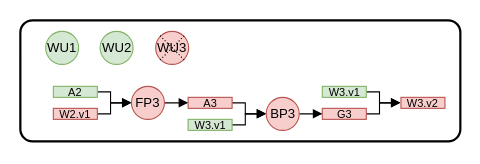
icszhr/NCheck keeps this draw.io diagram as fig/recovery2.drawio. Above is the earlier version. Source tidied: cells renumbered, new cells numbered last; positions are measured from the earlier drawing's top-left corner, leaving out a move shared by most shapes. Both pictures are drawn from the tidied source at 110%, with x=0, y=0 at pixel (20, 20).
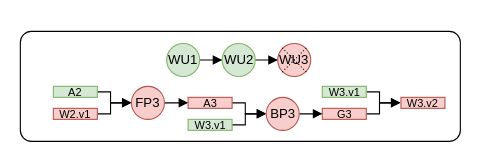
The same page after the edit.

What changed in the source:
```diff
@@
+    <mxCell id="24" style="rounded=1;whiteSpace=wrap;html=1;fillColor=none;arcSize=10;strokeWidth=1;" parent="1" vertex="1">
+      <mxGeometry y="10" width="400" height="100" as="geometry" />
+    </mxCell>
+    <mxCell id="25" style="edgeStyle=orthogonalEdgeStyle;rounded=0;jettySize=auto;html=1;entryX=0;entryY=0.5;entryDx=0;entryDy=0;endArrow=block;endFill=1;" parent="1" edge="1" source="2" target="3">
+      <mxGeometry relative="1" as="geometry" />
+    </mxCell>
     <mxCell id="2" value="WU1" style="ellipse;whiteSpace=wrap;html=1;fillColor=#d5e8d4;strokeColor=#82b366;" parent="1" vertex="1">
-      <mxGeometry x="23" y="10" width="30" height="30" as="geometry" />
+      <mxGeometry x="133" y="21" width="30" height="30" as="geometry" />
     </mxCell>
+    <mxCell id="26" style="edgeStyle=orthogonalEdgeStyle;rounded=0;jettySize=auto;html=1;entryX=0;entryY=0.5;entryDx=0;entryDy=0;endArrow=block;endFill=1;" parent="1" edge="1" source="3" target="4">
+      <mxGeometry relative="1" as="geometry" />
+    </mxCell>
     <mxCell id="3" value="WU2" style="ellipse;whiteSpace=wrap;html=1;fillColor=#d5e8d4;strokeColor=#82b366;" parent="1" vertex="1">
-      <mxGeometry x="72.5" y="10" width="30" height="30" as="geometry" />
+      <mxGeometry x="183.5" y="21" width="30" height="30" as="geometry" />
     </mxCell>
     <mxCell id="4" value="WU3" style="ellipse;whiteSpace=wrap;html=1;fillColor=#f8cecc;strokeColor=#b85450;" parent="1" vertex="1">
-      <mxGeometry x="123" y="10" width="30" height="30" as="geometry" />
+      <mxGeometry x="234" y="21" width="30" height="30" as="geometry" />
     </mxCell>
     <mxCell id="5" style="rounded=0;orthogonalLoop=1;jettySize=auto;html=1;exitX=0;exitY=0;exitDx=0;exitDy=0;entryX=0.86;entryY=0.868;entryDx=0;entryDy=0;strokeWidth=1;dashed=1;endArrow=none;endFill=0;dashPattern=1 2;entryPerimeter=0;" parent="1" edge="1">
       <mxGeometry relative="1" as="geometry">
-        <mxPoint x="127" y="14" as="sourcePoint" />
-        <mxPoint x="149" y="36" as="targetPoint" />
+        <mxPoint x="238" y="25" as="sourcePoint" />
+        <mxPoint x="260" y="47" as="targetPoint" />
       </mxGeometry>
     </mxCell>
     <mxCell id="6" style="rounded=0;orthogonalLoop=1;jettySize=auto;html=1;exitX=0;exitY=1;exitDx=0;exitDy=0;entryX=0.859;entryY=0.132;entryDx=0;entryDy=0;dashed=1;endArrow=none;endFill=0;dashPattern=1 2;entryPerimeter=0;" parent="1" edge="1">
       <mxGeometry relative="1" as="geometry">
-        <mxPoint x="127" y="36" as="sourcePoint" />
-        <mxPoint x="149" y="14" as="targetPoint" />
+        <mxPoint x="238" y="47" as="sourcePoint" />
+        <mxPoint x="260" y="25" as="targetPoint" />
       </mxGeometry>
     </mxCell>
@@
-    <mxCell id="24" style="rounded=1;whiteSpace=wrap;html=1;fillColor=none;arcSize=10;strokeWidth=2;" parent="1" vertex="1">
-      <mxGeometry width="400" height="110" as="geometry" />
-    </mxCell>
```
